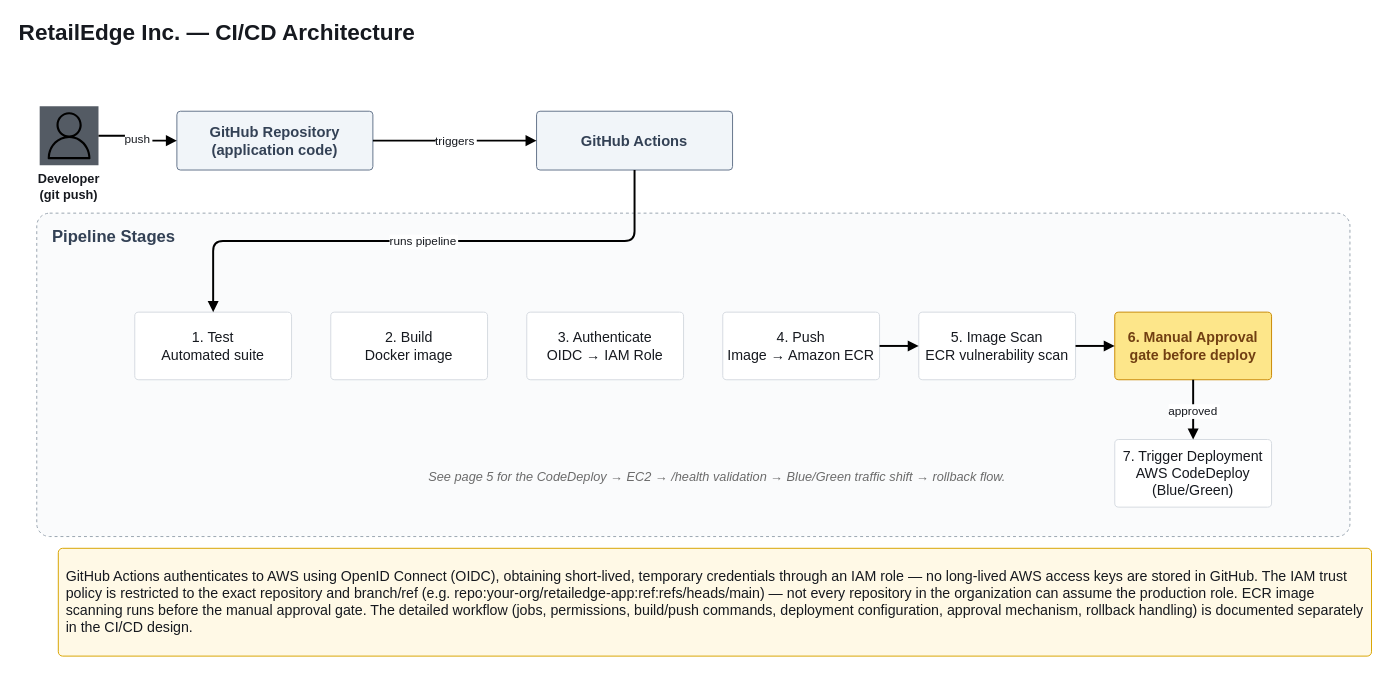
The draw.io diagram page "6. CI-CD Pipeline" (6 of 7) of diagrams/architecture/04-retailedge-aws-architecture-cicd.drawio in aliaagamall/retail-edge-aws, before the edit. Source tidied: cells renumbered, new cells numbered last; positions are measured from the earlier drawing's top-left corner, leaving out a move shared by most shapes. Both pictures are drawn from the tidied source at 98%, with x=0, y=0 at pixel (17, 17).
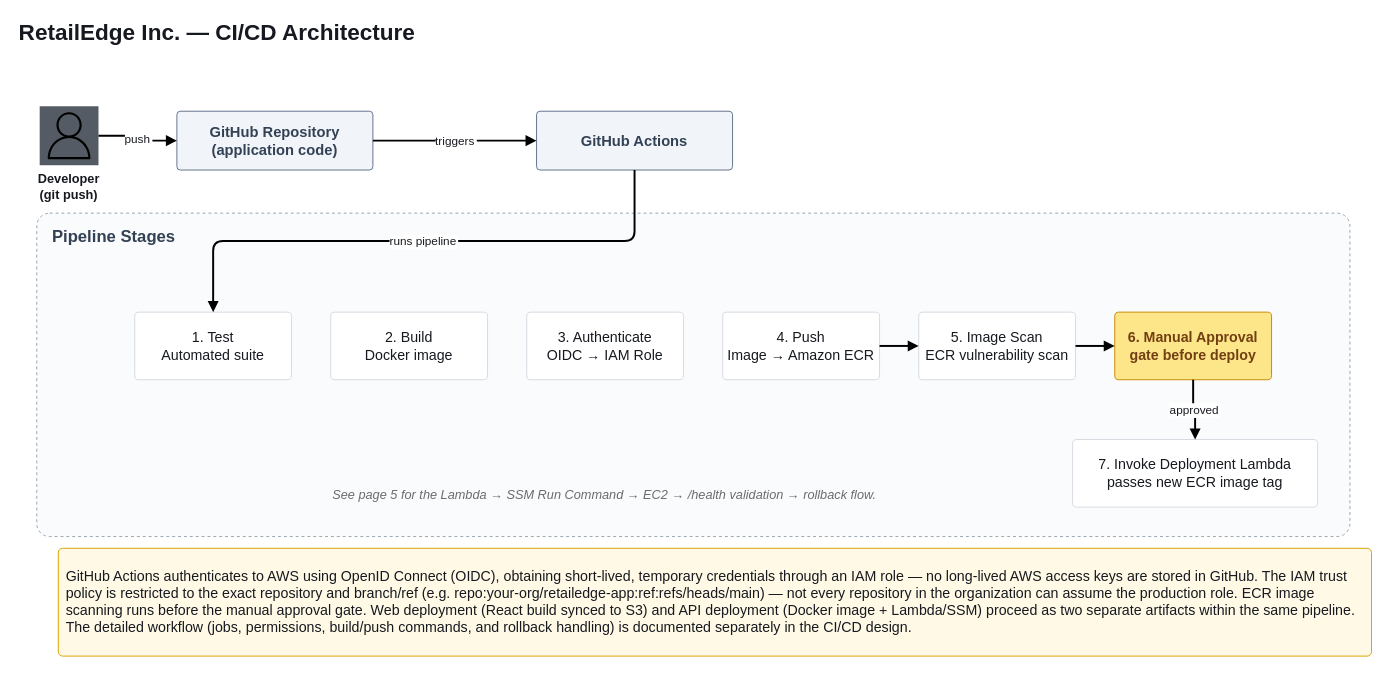
Above is the later version.

Commit message (it also covers changes not shown here):
docs: update RetailEdge CI/CD architecture diagram and documentation

Refine the CI/CD pipeline diagram and update the architecture PDF to reflect the latest deployment flow, static S3 synchronization, Lambda-based deployment orchestration, and infrastructure details.

The edit, as a diff of the source:
```diff
@@
-    <mxCell id="15" value="7. Trigger Deployment&#10;AWS CodeDeploy (Blue/Green)" style="whiteSpace=wrap;rounded=1;fillColor=#FFFFFF;strokeColor=#D5DBE1;dashed=0;html=1;align=center;verticalAlign=middle;fontSize=14.5;fontColor=#16191F;fontFamily=Helvetica;arcSize=6;spacing=6;" parent="1" vertex="1">
-      <mxGeometry x="1120" y="431" width="160" height="69" as="geometry" />
+    <mxCell id="15" value="7. Invoke Deployment Lambda&#10;passes new ECR image tag" style="whiteSpace=wrap;rounded=1;fillColor=#FFFFFF;strokeColor=#D5DBE1;dashed=0;html=1;align=center;verticalAlign=middle;fontSize=14.5;fontColor=#16191F;fontFamily=Helvetica;arcSize=6;spacing=6;" parent="1" vertex="1">
+      <mxGeometry x="1077" y="431" width="250" height="69" as="geometry" />
     </mxCell>
-    <mxCell id="16" value="See page 5 for the CodeDeploy → EC2 → /health validation → Blue/Green traffic shift → rollback flow." style="whiteSpace=wrap;rounded=0;fillColor=none;strokeColor=none;dashed=0;html=1;align=left;verticalAlign=middle;fontSize=13;fontColor=#6B6B6B;fontFamily=Helvetica;fontStyle=2;" parent="1" vertex="1">
-      <mxGeometry x="418" y="457" width="662" height="24" as="geometry" />
+    <mxCell id="16" value="See page 5 for the Lambda → SSM Run Command → EC2 → /health validation → rollback flow." style="whiteSpace=wrap;rounded=0;fillColor=none;strokeColor=none;dashed=0;html=1;align=left;verticalAlign=middle;fontSize=13;fontColor=#6B6B6B;fontFamily=Helvetica;fontStyle=2;" parent="1" vertex="1">
+      <mxGeometry x="320" y="475" width="662" height="24" as="geometry" />
     </mxCell>
-    <mxCell id="17" value="GitHub Actions authenticates to AWS using OpenID Connect (OIDC), obtaining short-lived, temporary credentials through an IAM role — no long-lived AWS access keys are stored in GitHub. The IAM trust policy is restricted to the exact repository and branch/ref (e.g. repo:your-org/retailedge-app:ref:refs/heads/main) — not every repository in the organization can assume the production role. ECR image scanning runs before the manual approval gate. The detailed workflow (jobs, permissions, build/push commands, deployment configuration, approval mechanism, rollback handling) is documented separately in the CI/CD design." style="whiteSpace=wrap;rounded=1;fillColor=#FFF9E6;strokeColor=#D9A400;dashed=0;html=1;align=left;verticalAlign=middle;fontSize=14.5;fontColor=#16191F;fontFamily=Helvetica;arcSize=4;spacing=8;" parent="1" vertex="1">
+    <mxCell id="17" value="GitHub Actions authenticates to AWS using OpenID Connect (OIDC), obtaining short-lived, temporary credentials through an IAM role — no long-lived AWS access keys are stored in GitHub. The IAM trust policy is restricted to the exact repository and branch/ref (e.g. repo:your-org/retailedge-app:ref:refs/heads/main) — not every repository in the organization can assume the production role. ECR image scanning runs before the manual approval gate. Web deployment (React build synced to S3) and API deployment (Docker image + Lambda/SSM) proceed as two separate artifacts within the same pipeline. The detailed workflow (jobs, permissions, build/push commands, and rollback handling) is documented separately in the CI/CD design." style="whiteSpace=wrap;rounded=1;fillColor=#FFF9E6;strokeColor=#D9A400;dashed=0;html=1;align=left;verticalAlign=middle;fontSize=14.5;fontColor=#16191F;fontFamily=Helvetica;arcSize=4;spacing=8;" parent="1" vertex="1">
       <mxGeometry x="42" y="542" width="1340" height="110" as="geometry" />
     </mxCell>
```
